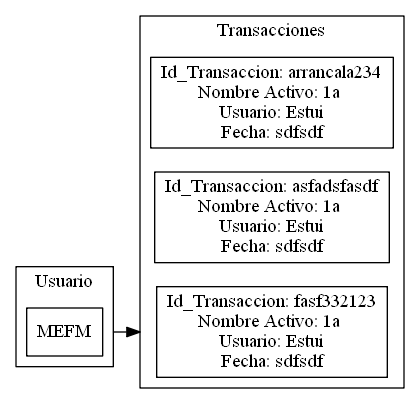
The Graphviz diagram TransaccionesXusuario.png in MEFM/SistemaDeRentas, before a commit. Its source is kept beside it as TransaccionesXusuario.dot. The source it was exported from:
```dot
digraph a{
rankdir = LR
node[shape = rectangle]
compound = true;
subgraph cluster0{
Titular[label = "MEFM"]
label = "Usuario"
}


subgraph cluster1{
label = "Transacciones"
X0074C438[label = "Id_Transaccion: arrancala234
Nombre Activo: 1a
Usuario: Estui
Fecha: sdfsdf"]
X00742BC0[label = "Id_Transaccion: asfadsfasdf
Nombre Activo: 1a
Usuario: Estui
Fecha: sdfsdf"]
X0074C4E8[label = "Id_Transaccion: fasf332123
Nombre Activo: 1a
Usuario: Estui
Fecha: sdfsdf"]
}

Titular -> X0074C4E8[ltail=cluster0 lhead=cluster1]
}
```
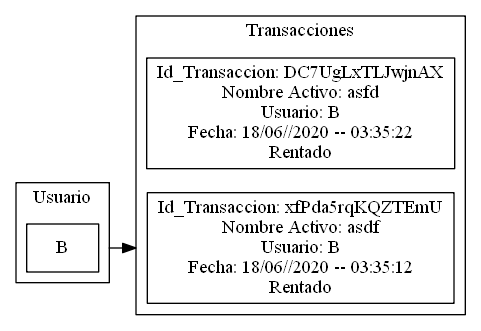
The same file after the commit.

What changed in the source:
```diff
@@ -3,26 +3,24 @@
 node[shape = rectangle]
 compound = true;
 subgraph cluster0{
-Titular[label = "MEFM"]
+Titular[label = "B"]
 label = "Usuario"
 }
 
 
 subgraph cluster1{
 label = "Transacciones"
-X0074C438[label = "Id_Transaccion: arrancala234
-Nombre Activo: 1a
-Usuario: Estui
-Fecha: sdfsdf"]
-X00742BC0[label = "Id_Transaccion: asfadsfasdf
-Nombre Activo: 1a
-Usuario: Estui
-Fecha: sdfsdf"]
-X0074C4E8[label = "Id_Transaccion: fasf332123
-Nombre Activo: 1a
-Usuario: Estui
-Fecha: sdfsdf"]
+X01074C38[label = "Id_Transaccion: DC7UgLxTLJwjnAX
+Nombre Activo: asfd
+Usuario: B
+Fecha: 18/06//2020 -- 03:35:22
+Rentado"]
+X01074B68[label = "Id_Transaccion: xfPda5rqKQZTEmU
+Nombre Activo: asdf
+Usuario: B
+Fecha: 18/06//2020 -- 03:35:12
+Rentado"]
 }
 
-Titular -> X0074C4E8[ltail=cluster0 lhead=cluster1]
+Titular -> X01074B68[ltail=cluster0 lhead=cluster1]
 }
```
